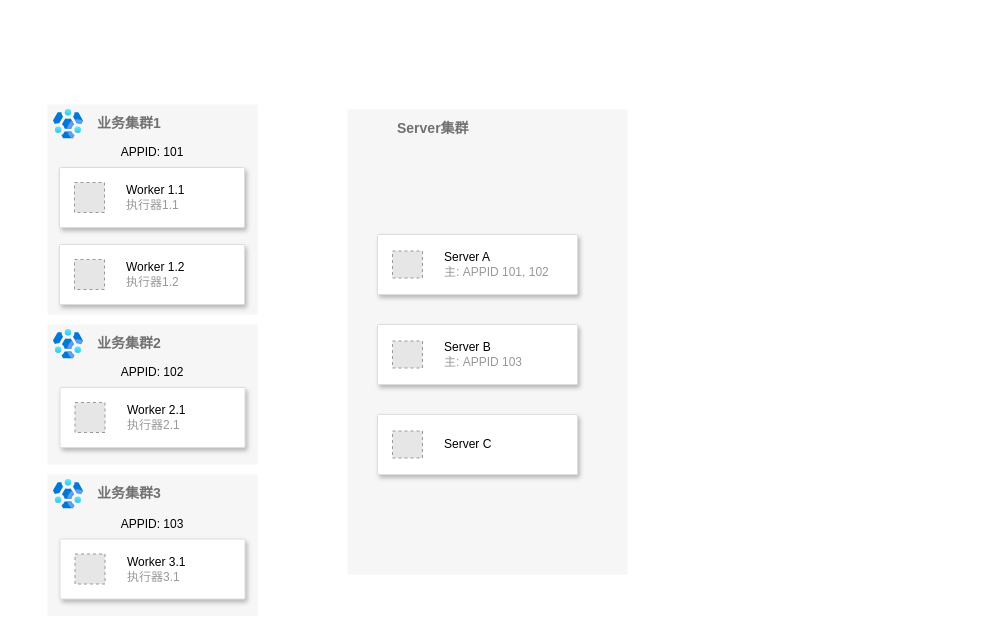
Earlier version of the draw.io diagram CFCA调度中心/横向扩展架构.drawio (sd1026203/drawio). Source tidied: cells renumbered, new cells numbered last; positions are measured from the earlier drawing's top-left corner, leaving out a move shared by most shapes. Both pictures are drawn from the tidied source at 100%, with x=0, y=0 at pixel (47, 104). Pictures stored in the file or linked from it are replaced by grey dashed boxes.
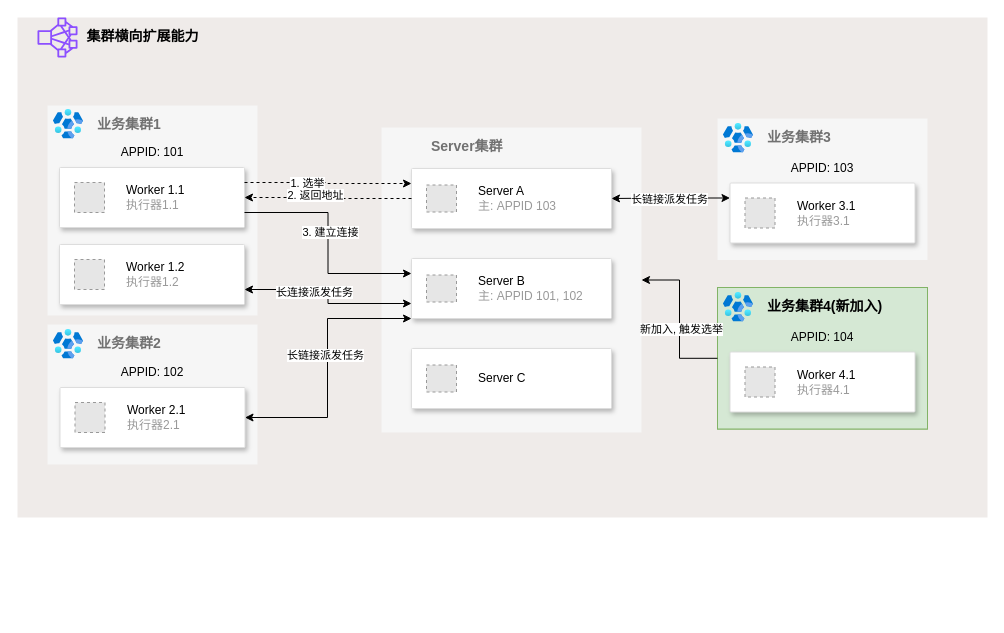
The same page after the edit.

Commit message (it also covers changes not shown here):
更新横向扩展架构.drawio

The change refers to these unchanged cells:
```xml
<mxCell id="9" style="strokeColor=#dddddd;shadow=1;strokeWidth=1;rounded=1;absoluteArcSize=1;arcSize=2;" parent="7" vertex="1">
  <mxGeometry x="12.5" y="63" width="185" height="60" as="geometry" />
</mxCell>
<mxCell id="15" style="strokeColor=#dddddd;shadow=1;strokeWidth=1;rounded=1;absoluteArcSize=1;arcSize=2;" parent="13" vertex="1">
  <mxGeometry x="12.5" y="64.5" width="185" height="60" as="geometry" />
</mxCell>
<mxCell id="20" style="strokeColor=#dddddd;shadow=1;strokeWidth=1;rounded=1;absoluteArcSize=1;arcSize=2;" parent="1" vertex="1">
  <mxGeometry x="12" y="140" width="185" height="60" as="geometry" />
</mxCell>
<mxCell id="22" style="strokeColor=#dddddd;shadow=1;strokeWidth=1;rounded=1;absoluteArcSize=1;arcSize=2;" parent="1" vertex="1">
  <mxGeometry x="12" y="63" width="185" height="60" as="geometry" />
</mxCell>
```

Diff of the diagram source:
```diff
@@
-    <mxCell id="2" value="&lt;b&gt;Server集群&lt;/b&gt;" style="fillColor=#F6F6F6;strokeColor=none;shadow=0;gradientColor=none;fontSize=14;align=left;spacing=10;fontColor=#717171;9E9E9E;verticalAlign=top;spacingTop=-4;fontStyle=0;spacingLeft=40;html=1;" parent="1" vertex="1">
-      <mxGeometry x="300" y="5" width="280" height="465" as="geometry" />
-    </mxCell>
-    <mxCell id="3" style="fillColor=#ffffff;strokeColor=#dddddd;shadow=1;strokeWidth=1;rounded=1;absoluteArcSize=1;arcSize=2;" parent="1" vertex="1">
-      <mxGeometry x="330" y="130" width="200" height="60" as="geometry" />
-    </mxCell>
-    <mxCell id="4" value="&lt;font color=&quot;#000000&quot;&gt;Server A&lt;/font&gt;&lt;br&gt;主: APPID 101, 102" style="fillColor=#E6E6E6;strokeColor=#999999;dashed=1;html=1;fontColor=#999999;verticalLabelPosition=middle;verticalAlign=middle;labelPosition=right;align=left;spacingLeft=20;" parent="3" vertex="1">
-      <mxGeometry width="30" height="27" relative="1" as="geometry">
-        <mxPoint x="15" y="16.5" as="offset" />
-      </mxGeometry>
-    </mxCell>
-    <mxCell id="5" style="fillColor=#ffffff;strokeColor=#dddddd;shadow=1;strokeWidth=1;rounded=1;absoluteArcSize=1;arcSize=2;" parent="1" vertex="1">
-      <mxGeometry x="330" y="220" width="200" height="60" as="geometry" />
-    </mxCell>
-    <mxCell id="6" value="&lt;font color=&quot;#000000&quot;&gt;Server B&lt;/font&gt;&lt;br&gt;主: APPID 103" style="fillColor=#E6E6E6;strokeColor=#999999;dashed=1;html=1;fontColor=#999999;verticalLabelPosition=middle;verticalAlign=middle;labelPosition=right;align=left;spacingLeft=20;" parent="5" vertex="1">
-      <mxGeometry width="30" height="27" relative="1" as="geometry">
-        <mxPoint x="15" y="16.5" as="offset" />
-      </mxGeometry>
-    </mxCell>
+    <mxCell id="28" value="&lt;b&gt;&amp;nbsp; &amp;nbsp; &amp;nbsp;集群横向扩展能力&lt;/b&gt;" style="fillColor=#EFEBE9;strokeColor=none;shadow=0;fontSize=14;align=left;spacing=10;9E9E9E;verticalAlign=top;spacingTop=-4;fontStyle=0;spacingLeft=40;html=1;" parent="1" vertex="1">
+      <mxGeometry x="-30" y="-87" width="970" height="500" as="geometry" />
+    </mxCell>
@@
     <mxCell id="13" style="group;" parent="1" vertex="1">
-      <mxGeometry y="370" width="210" height="141.5" as="geometry" />
+      <mxGeometry x="670" y="14" width="210" height="141.5" as="geometry" />
     </mxCell>
@@
     <mxCell id="19" value="&lt;b&gt;业务集群1&lt;/b&gt;" style="fillColor=#F6F6F6;strokeColor=none;shadow=0;gradientColor=none;fontSize=14;align=left;spacing=10;fontColor=#717171;9E9E9E;verticalAlign=top;spacingTop=-4;fontStyle=0;spacingLeft=40;html=1;" parent="1" vertex="1">
-      <mxGeometry width="210" height="210" as="geometry" />
+      <mxGeometry y="1" width="210" height="210" as="geometry" />
     </mxCell>
@@
+    <mxCell id="29" style="group;" parent="1" vertex="1">
+      <mxGeometry x="334" y="23" width="260" height="305" as="geometry" />
+    </mxCell>
+    <mxCell id="2" value="&lt;b&gt;Server集群&lt;/b&gt;" style="fillColor=#F6F6F6;strokeColor=none;shadow=0;gradientColor=none;fontSize=14;align=left;spacing=10;fontColor=#717171;9E9E9E;verticalAlign=top;spacingTop=-4;fontStyle=0;spacingLeft=40;html=1;" parent="29" vertex="1">
+      <mxGeometry width="260" height="305" as="geometry" />
+    </mxCell>
+    <mxCell id="3" style="fillColor=#ffffff;strokeColor=#dddddd;shadow=1;strokeWidth=1;rounded=1;absoluteArcSize=1;arcSize=2;" parent="29" vertex="1">
+      <mxGeometry x="30" y="41" width="200" height="60" as="geometry" />
+    </mxCell>
+    <mxCell id="4" value="&lt;font color=&quot;#000000&quot;&gt;Server A&lt;/font&gt;&lt;br&gt;主: APPID 103" style="fillColor=#E6E6E6;strokeColor=#999999;dashed=1;html=1;fontColor=#999999;verticalLabelPosition=middle;verticalAlign=middle;labelPosition=right;align=left;spacingLeft=20;" parent="3" vertex="1">
+      <mxGeometry width="30" height="27" relative="1" as="geometry">
+        <mxPoint x="15" y="16.5" as="offset" />
+      </mxGeometry>
+    </mxCell>
+    <mxCell id="5" style="fillColor=#ffffff;strokeColor=#dddddd;shadow=1;strokeWidth=1;rounded=1;absoluteArcSize=1;arcSize=2;" parent="29" vertex="1">
+      <mxGeometry x="30" y="131" width="200" height="60" as="geometry" />
+    </mxCell>
+    <mxCell id="6" value="&lt;font color=&quot;#000000&quot;&gt;Server B&lt;/font&gt;&lt;br&gt;主: APPID 101, 102" style="fillColor=#E6E6E6;strokeColor=#999999;dashed=1;html=1;fontColor=#999999;verticalLabelPosition=middle;verticalAlign=middle;labelPosition=right;align=left;spacingLeft=20;" parent="5" vertex="1">
+      <mxGeometry width="30" height="27" relative="1" as="geometry">
+        <mxPoint x="15" y="16.5" as="offset" />
+      </mxGeometry>
+    </mxCell>
-    <mxCell id="26" style="fillColor=#ffffff;strokeColor=#dddddd;shadow=1;strokeWidth=1;rounded=1;absoluteArcSize=1;arcSize=2;" parent="1" vertex="1">
-      <mxGeometry x="330" y="310" width="200" height="60" as="geometry" />
+    <mxCell id="26" style="fillColor=#ffffff;strokeColor=#dddddd;shadow=1;strokeWidth=1;rounded=1;absoluteArcSize=1;arcSize=2;" parent="29" vertex="1">
+      <mxGeometry x="30" y="221" width="200" height="60" as="geometry" />
     </mxCell>
@@
+    <mxCell id="30" style="group;fillColor=#d5e8d4;strokeColor=#82b366;" parent="1" vertex="1">
+      <mxGeometry x="670" y="183" width="210" height="141.5" as="geometry" />
+    </mxCell>
+    <mxCell id="31" value="&lt;b&gt;业务集群4(新加入)&lt;/b&gt;" style="fillColor=#d5e8d4;strokeColor=#82b366;shadow=0;fontSize=14;align=left;spacing=10;9E9E9E;verticalAlign=top;spacingTop=-4;fontStyle=0;spacingLeft=40;html=1;" parent="30" vertex="1">
+      <mxGeometry width="210" height="141.5" as="geometry" />
+    </mxCell>
+    <mxCell id="32" style="strokeColor=#dddddd;shadow=1;strokeWidth=1;rounded=1;absoluteArcSize=1;arcSize=2;" parent="30" vertex="1">
+      <mxGeometry x="12.5" y="64.5" width="185" height="60" as="geometry" />
+    </mxCell>
+    <mxCell id="33" value="&lt;font color=&quot;#000000&quot;&gt;Worker 4.1&lt;/font&gt;&lt;br&gt;执行器4.1" style="fillColor=#E6E6E6;strokeColor=#999999;dashed=1;html=1;fontColor=#999999;verticalLabelPosition=middle;verticalAlign=middle;labelPosition=right;align=left;spacingLeft=20;" parent="32" vertex="1">
+      <mxGeometry width="30" height="30" relative="1" as="geometry">
+        <mxPoint x="15" y="15" as="offset" />
+      </mxGeometry>
+    </mxCell>
+    <mxCell id="34" style="image;html=1;align=center;fontSize=12;image=img/lib/azure2/analytics/HD_Insight_Clusters.svg;" parent="30" vertex="1">
+      <mxGeometry x="6" y="5" width="30" height="29.5" as="geometry" />
+    </mxCell>
+    <mxCell id="35" value="APPID: 104" style="text;strokeColor=none;align=center;fillColor=none;html=1;verticalAlign=middle;whiteSpace=wrap;rounded=0;" parent="30" vertex="1">
+      <mxGeometry x="70" y="34.5" width="70" height="30" as="geometry" />
+    </mxCell>
+    <mxCell id="36" style="edgeStyle=orthogonalEdgeStyle;rounded=0;jettySize=auto;html=1;exitX=1;exitY=0.75;exitDx=0;exitDy=0;entryX=0;entryY=0.25;entryDx=0;entryDy=0;" parent="1" edge="1" source="22" target="5">
+      <mxGeometry relative="1" as="geometry" />
+    </mxCell>
+    <mxCell id="37" value="3. 建立连接" style="edgeLabel;html=1;align=center;verticalAlign=middle;" parent="36" vertex="1">
+      <mxGeometry x="-0.23" y="2" relative="1" as="geometry">
+        <mxPoint y="15" as="offset" />
+      </mxGeometry>
+    </mxCell>
+    <mxCell id="38" style="edgeStyle=orthogonalEdgeStyle;rounded=0;jettySize=auto;html=1;exitX=1;exitY=0.25;exitDx=0;exitDy=0;entryX=0;entryY=0.25;entryDx=0;entryDy=0;dashed=1;" parent="1" edge="1" source="22" target="3">
+      <mxGeometry relative="1" as="geometry" />
+    </mxCell>
+    <mxCell id="39" value="1. 选举" style="edgeLabel;html=1;align=center;verticalAlign=middle;" parent="38" vertex="1">
+      <mxGeometry x="-0.26" relative="1" as="geometry" />
+    </mxCell>
+    <mxCell id="40" style="edgeStyle=orthogonalEdgeStyle;rounded=0;jettySize=auto;html=1;exitX=0;exitY=0.5;exitDx=0;exitDy=0;entryX=1;entryY=0.5;entryDx=0;entryDy=0;dashed=1;" parent="1" edge="1" source="3" target="22">
+      <mxGeometry relative="1" as="geometry" />
+    </mxCell>
+    <mxCell id="41" value="2. 返回地址" style="edgeLabel;html=1;align=center;verticalAlign=middle;" parent="40" vertex="1">
+      <mxGeometry x="0.17" y="-3" relative="1" as="geometry" />
+    </mxCell>
+    <mxCell id="42" style="edgeStyle=orthogonalEdgeStyle;rounded=0;jettySize=auto;html=1;exitX=1;exitY=0.75;exitDx=0;exitDy=0;entryX=0;entryY=0.75;entryDx=0;entryDy=0;startArrow=classic;startFill=1;" parent="1" edge="1" source="20" target="5">
+      <mxGeometry relative="1" as="geometry" />
+    </mxCell>
+    <mxCell id="43" value="长连接派发任务" style="edgeLabel;html=1;align=center;verticalAlign=middle;" parent="42" vertex="1">
+      <mxGeometry x="-0.24" y="-2" relative="1" as="geometry" />
+    </mxCell>
+    <mxCell id="44" style="edgeStyle=orthogonalEdgeStyle;rounded=0;jettySize=auto;html=1;exitX=1;exitY=0.5;exitDx=0;exitDy=0;entryX=0;entryY=1;entryDx=0;entryDy=0;startArrow=classic;startFill=1;" parent="1" edge="1" source="9" target="5">
+      <mxGeometry relative="1" as="geometry">
+        <Array as="points">
+          <mxPoint x="280" y="313" />
+          <mxPoint x="280" y="214" />
+        </Array>
+      </mxGeometry>
+    </mxCell>
+    <mxCell id="45" value="长链接派发任务" style="edgeLabel;html=1;align=center;verticalAlign=middle;" parent="44" vertex="1">
+      <mxGeometry x="0.09" y="3" relative="1" as="geometry" />
+    </mxCell>
+    <mxCell id="46" style="edgeStyle=orthogonalEdgeStyle;rounded=0;jettySize=auto;html=1;exitX=0;exitY=0.25;exitDx=0;exitDy=0;entryX=1;entryY=0.5;entryDx=0;entryDy=0;startArrow=classic;startFill=1;" parent="1" edge="1" source="15" target="3">
+      <mxGeometry relative="1" as="geometry" />
+    </mxCell>
+    <mxCell id="47" value="长链接派发任务" style="edgeLabel;html=1;align=center;verticalAlign=middle;" parent="46" vertex="1">
+      <mxGeometry x="0.04" relative="1" as="geometry" />
+    </mxCell>
+    <mxCell id="48" style="edgeStyle=orthogonalEdgeStyle;rounded=0;jettySize=auto;html=1;entryX=1;entryY=0.5;entryDx=0;entryDy=0;" parent="1" edge="1" source="31" target="2">
+      <mxGeometry relative="1" as="geometry" />
+    </mxCell>
+    <mxCell id="49" value="新加入, 触发选举" style="edgeLabel;html=1;align=center;verticalAlign=middle;" parent="48" vertex="1">
+      <mxGeometry x="-0.13" y="-1" relative="1" as="geometry" />
+    </mxCell>
+    <mxCell id="50" style="sketch=0;fontColor=#232F3E;gradientColor=none;fillColor=#8C4FFF;strokeColor=none;dashed=0;verticalLabelPosition=bottom;verticalAlign=top;align=center;html=1;fontSize=12;fontStyle=0;shape=mxgraph.aws4.cluster;" parent="1" vertex="1">
+      <mxGeometry x="-10" y="-87" width="40" height="40" as="geometry" />
+    </mxCell>
```
